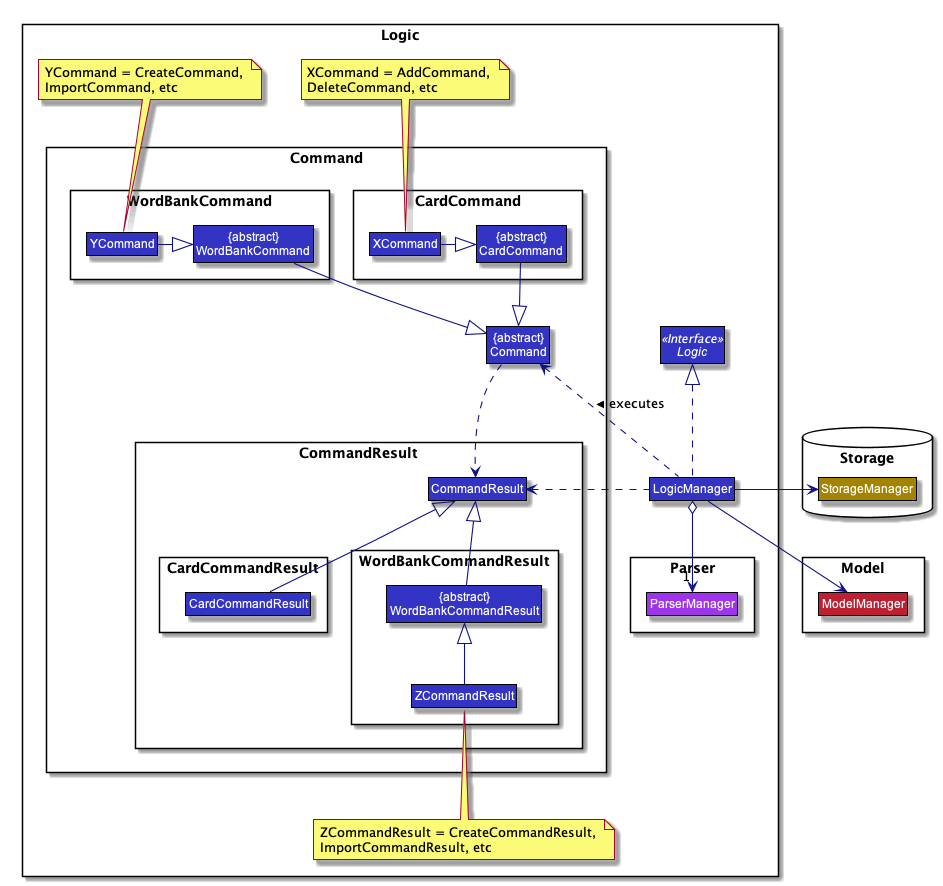
The PlantUML diagram docs/images/WBLogicStorageModel.png in nus-cs2103-AY1920S1/addressbook-level3, before a commit.
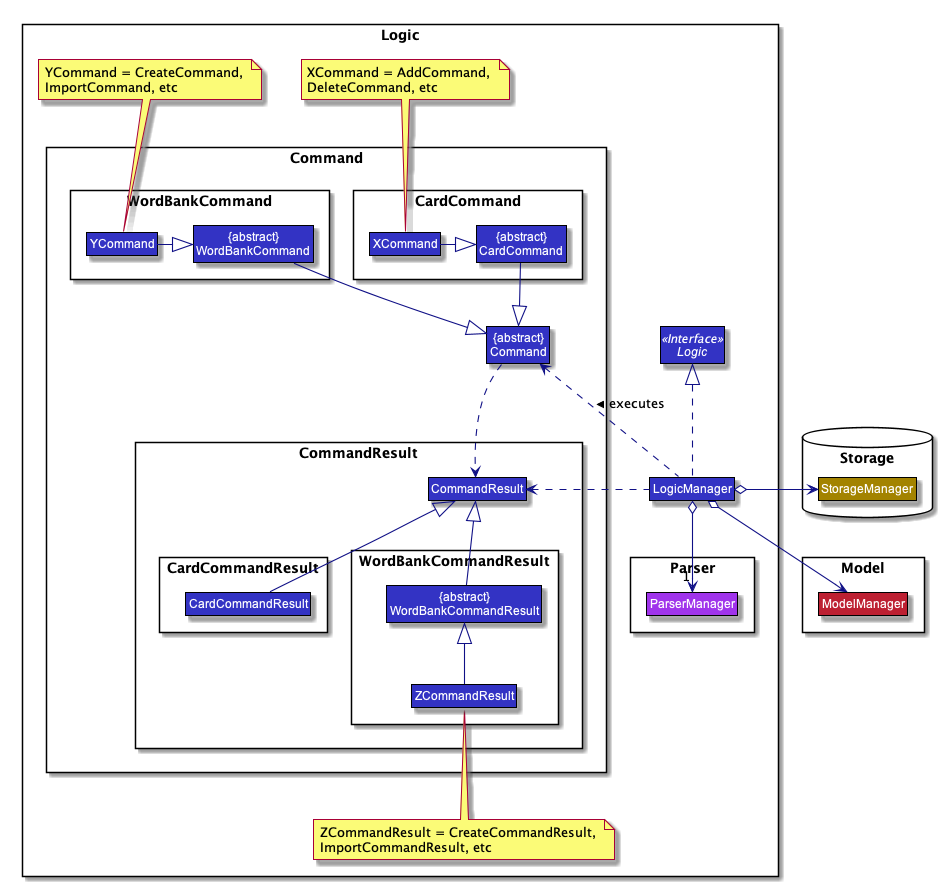
Later version of the same file.

Change to the diagram source:
```diff
@@ -1,4 +1,6 @@
 @startuml
+
+
 
 
 
@@ -119,8 +121,8 @@
 
 
 LogicManager .left.> Command : executes >
-LogicManager -right-> StorageManager
-LogicManager --> ModelManager
+LogicManager o-right-> StorageManager
+LogicManager o--> ModelManager
 
 note top of XCommand: XCommand = AddCommand, \nDeleteCommand, etc
 note top of YCommand: YCommand = CreateCommand, \nImportCommand, etc
```
